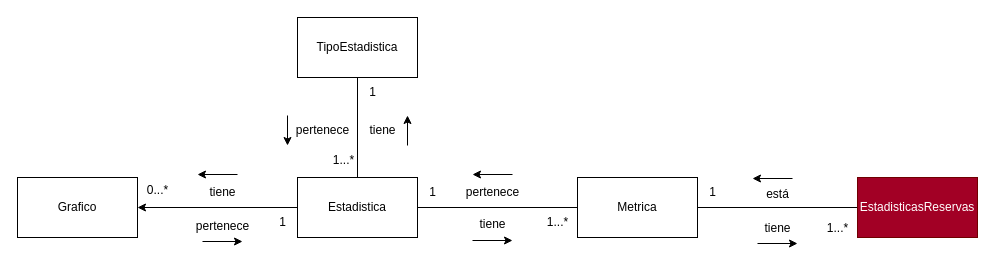
andrescardo98/doo keeps this draw.io diagram as page "Estadisticas" (6 of 12) of Restaurante_Disenio.drawio. Above is the earlier version. Source tidied: cells renumbered, new cells numbered last; positions are measured from the earlier drawing's top-left corner, leaving out a move shared by most shapes. Both pictures are drawn from the tidied source at 100%, with x=0, y=0 at pixel (17, 17).
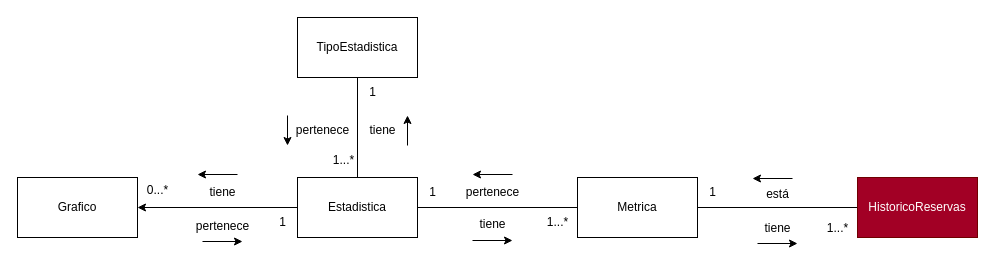
The same diagram, later.

Change to the diagram source:
```diff
@@
-    <mxCell id="7" value="EstadisticasReservas" style="rounded=0;whiteSpace=wrap;html=1;fillColor=#a20025;strokeColor=#6F0000;fontColor=#ffffff;" parent="1" vertex="1">
+    <mxCell id="7" value="HistoricoReservas" style="rounded=0;whiteSpace=wrap;html=1;fillColor=#a20025;strokeColor=#6F0000;fontColor=#ffffff;" parent="1" vertex="1">
       <mxGeometry x="840" y="160" width="120" height="60" as="geometry" />
     </mxCell>
```
